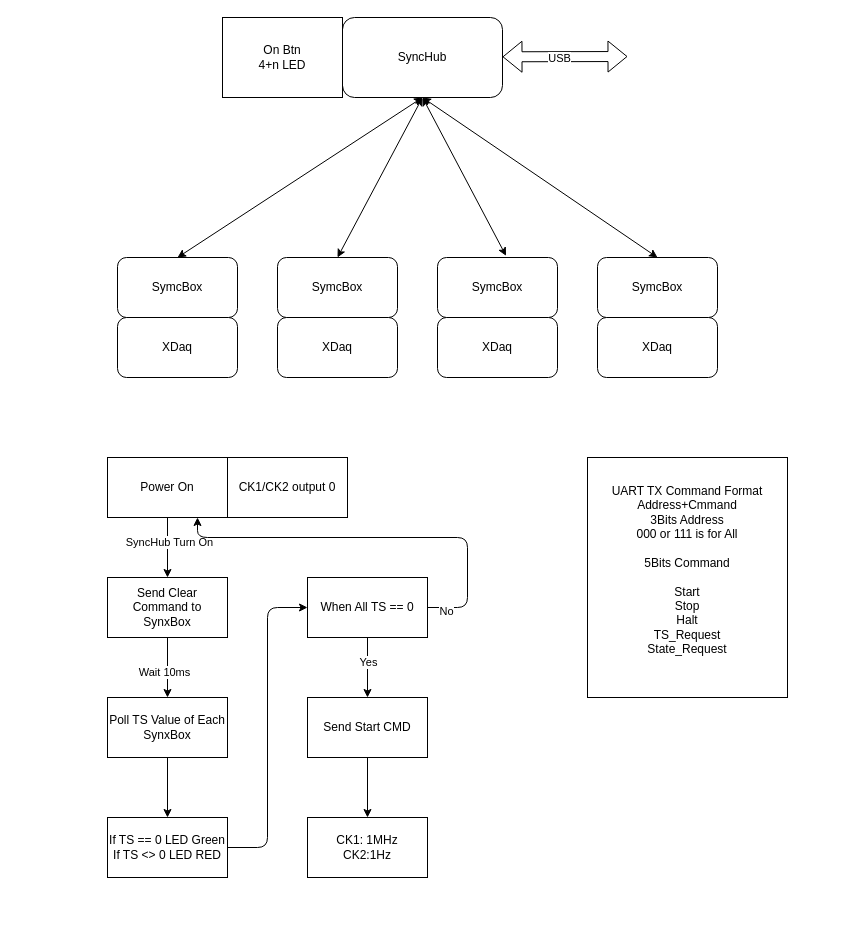
This is docs/subtitles/SyncExpander/bus1.dio from tzechienchu/mynotes, a draw.io file, before an edit. Source tidied: cells renumbered, new cells numbered last; positions are measured from the earlier drawing's top-left corner, leaving out a move shared by most shapes. Both pictures are drawn from the tidied source at 100%, with x=0, y=0 at pixel (107, 17).
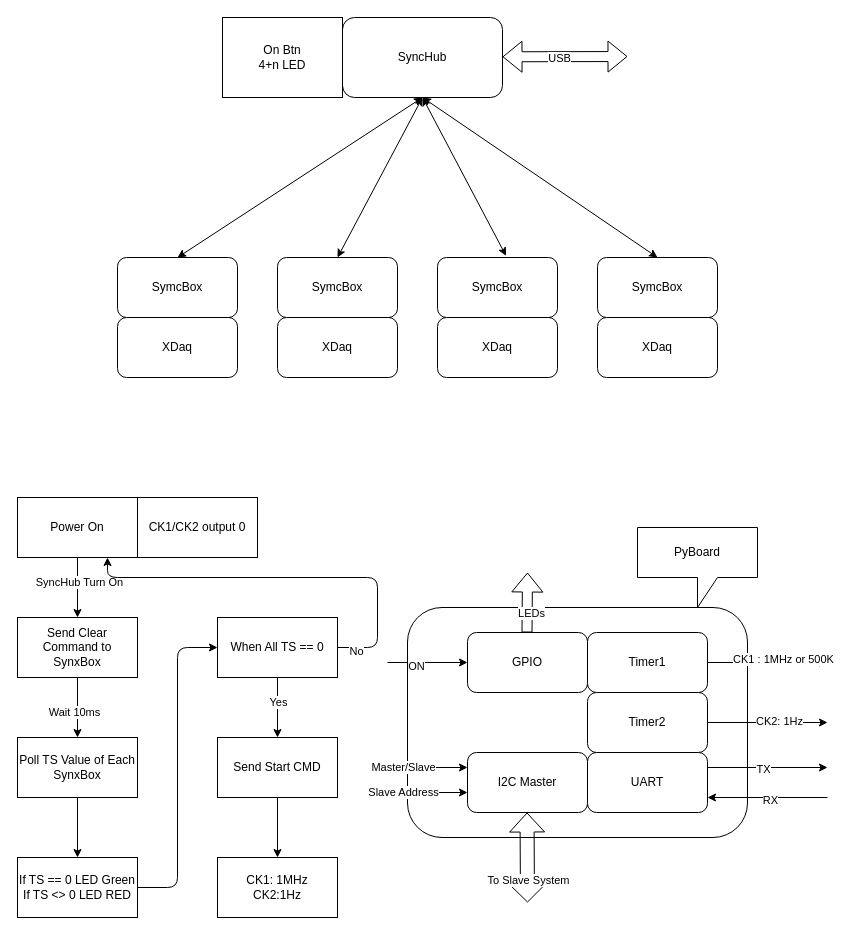
After the change.

Diff of the diagram source:
```diff
@@
     <mxCell id="18" value="Power On" style="rounded=0;whiteSpace=wrap;html=1;" parent="1" vertex="1">
-      <mxGeometry y="440" width="120" height="60" as="geometry" />
+      <mxGeometry x="-90" y="480" width="120" height="60" as="geometry" />
     </mxCell>
@@
     <mxCell id="21" value="Send Clear Command to SynxBox" style="rounded=0;whiteSpace=wrap;html=1;" parent="1" vertex="1">
-      <mxGeometry y="560" width="120" height="60" as="geometry" />
+      <mxGeometry x="-90" y="600" width="120" height="60" as="geometry" />
     </mxCell>
@@
     <mxCell id="23" value="Poll TS Value of Each SynxBox" style="rounded=0;whiteSpace=wrap;html=1;" parent="1" vertex="1">
-      <mxGeometry y="680" width="120" height="60" as="geometry" />
+      <mxGeometry x="-90" y="720" width="120" height="60" as="geometry" />
     </mxCell>
     <mxCell id="24" style="edgeStyle=none;html=1;exitX=1;exitY=0.5;exitDx=0;exitDy=0;entryX=0;entryY=0.5;entryDx=0;entryDy=0;" parent="1" edge="1" source="25" target="30">
       <mxGeometry relative="1" as="geometry">
         <Array as="points">
-          <mxPoint x="160" y="830" />
-          <mxPoint x="160" y="590" />
+          <mxPoint x="70" y="870" />
+          <mxPoint x="70" y="630" />
         </Array>
       </mxGeometry>
     </mxCell>
     <mxCell id="25" value="If TS == 0 LED Green&lt;div&gt;If TS &amp;lt;&amp;gt; 0 LED RED&lt;/div&gt;" style="rounded=0;whiteSpace=wrap;html=1;" parent="1" vertex="1">
-      <mxGeometry y="800" width="120" height="60" as="geometry" />
+      <mxGeometry x="-90" y="840" width="120" height="60" as="geometry" />
     </mxCell>
@@
     <mxCell id="28" style="edgeStyle=none;html=1;exitX=1;exitY=0.5;exitDx=0;exitDy=0;entryX=0.75;entryY=1;entryDx=0;entryDy=0;" parent="1" edge="1" source="30" target="18">
       <mxGeometry relative="1" as="geometry">
         <Array as="points">
-          <mxPoint x="360" y="590" />
-          <mxPoint x="360" y="520" />
-          <mxPoint x="90" y="520" />
+          <mxPoint x="270" y="630" />
+          <mxPoint x="270" y="560" />
+          <mxPoint y="560" />
         </Array>
       </mxGeometry>
     </mxCell>
@@
     <mxCell id="30" value="When All TS == 0" style="rounded=0;whiteSpace=wrap;html=1;" parent="1" vertex="1">
-      <mxGeometry x="200" y="560" width="120" height="60" as="geometry" />
+      <mxGeometry x="110" y="600" width="120" height="60" as="geometry" />
     </mxCell>
@@
     <mxCell id="32" value="Send Start CMD" style="rounded=0;whiteSpace=wrap;html=1;" parent="1" vertex="1">
-      <mxGeometry x="200" y="680" width="120" height="60" as="geometry" />
+      <mxGeometry x="110" y="720" width="120" height="60" as="geometry" />
     </mxCell>
     <mxCell id="33" value="CK1: 1MHz&lt;div&gt;CK2:1Hz&lt;/div&gt;" style="rounded=0;whiteSpace=wrap;html=1;" parent="1" vertex="1">
-      <mxGeometry x="200" y="800" width="120" height="60" as="geometry" />
+      <mxGeometry x="110" y="840" width="120" height="60" as="geometry" />
     </mxCell>
     <mxCell id="34" value="CK1/CK2 output 0" style="rounded=0;whiteSpace=wrap;html=1;" parent="1" vertex="1">
-      <mxGeometry x="120" y="440" width="120" height="60" as="geometry" />
+      <mxGeometry x="30" y="480" width="120" height="60" as="geometry" />
     </mxCell>
-    <mxCell id="35" value="UART TX Command Format&lt;div&gt;Address+Cmmand&lt;/div&gt;&lt;div&gt;3Bits Address&lt;/div&gt;&lt;div&gt;000 or 111 is for All&lt;/div&gt;&lt;div&gt;&lt;br&gt;&lt;/div&gt;&lt;div&gt;5Bits Command&lt;/div&gt;&lt;div&gt;&lt;br&gt;&lt;/div&gt;&lt;div&gt;Start&lt;/div&gt;&lt;div&gt;Stop&lt;/div&gt;&lt;div&gt;Halt&lt;/div&gt;&lt;div&gt;TS_Request&lt;/div&gt;&lt;div&gt;State_Request&lt;/div&gt;&lt;div&gt;&lt;br&gt;&lt;/div&gt;" style="rounded=0;whiteSpace=wrap;html=1;" parent="1" vertex="1">
-      <mxGeometry x="480" y="440" width="200" height="240" as="geometry" />
-    </mxCell>
@@
+    <mxCell id="38" style="rounded=1;whiteSpace=wrap;html=1;" parent="1" vertex="1">
+      <mxGeometry x="300" y="590" width="340" height="230" as="geometry" />
+    </mxCell>
+    <mxCell id="39" style="edgeStyle=none;html=1;exitX=1;exitY=0.5;exitDx=0;exitDy=0;" parent="1" edge="1" source="41">
+      <mxGeometry relative="1" as="geometry">
+        <mxPoint x="720" y="645" as="targetPoint" />
+      </mxGeometry>
+    </mxCell>
+    <mxCell id="40" value="CK1 : 1MHz or 500K" style="edgeLabel;html=1;align=center;verticalAlign=middle;" parent="39" vertex="1">
+      <mxGeometry x="0.25" y="4" relative="1" as="geometry" />
+    </mxCell>
+    <mxCell id="41" value="Timer1" style="rounded=1;whiteSpace=wrap;html=1;" parent="1" vertex="1">
+      <mxGeometry x="480" y="615" width="120" height="60" as="geometry" />
+    </mxCell>
+    <mxCell id="42" style="edgeStyle=none;html=1;exitX=1;exitY=0.5;exitDx=0;exitDy=0;" parent="1" edge="1" source="44">
+      <mxGeometry relative="1" as="geometry">
+        <mxPoint x="720" y="705" as="targetPoint" />
+      </mxGeometry>
+    </mxCell>
+    <mxCell id="43" value="CK2: 1Hz" style="edgeLabel;html=1;align=center;verticalAlign=middle;" parent="42" vertex="1">
+      <mxGeometry x="0.18" y="2" relative="1" as="geometry" />
+    </mxCell>
+    <mxCell id="44" value="Timer2" style="rounded=1;whiteSpace=wrap;html=1;" parent="1" vertex="1">
+      <mxGeometry x="480" y="675" width="120" height="60" as="geometry" />
+    </mxCell>
+    <mxCell id="45" style="edgeStyle=none;html=1;exitX=1;exitY=0.25;exitDx=0;exitDy=0;" parent="1" edge="1" source="49">
+      <mxGeometry relative="1" as="geometry">
+        <mxPoint x="720" y="750" as="targetPoint" />
+      </mxGeometry>
+    </mxCell>
+    <mxCell id="46" value="TX" style="edgeLabel;html=1;align=center;verticalAlign=middle;" parent="45" vertex="1">
+      <mxGeometry x="-0.08" y="-1" relative="1" as="geometry" />
+    </mxCell>
+    <mxCell id="47" style="edgeStyle=none;html=1;exitX=1;exitY=0.75;exitDx=0;exitDy=0;startArrow=classic;startFill=1;endArrow=none;endFill=0;" parent="1" edge="1" source="49">
+      <mxGeometry relative="1" as="geometry">
+        <mxPoint x="720" y="780" as="targetPoint" />
+      </mxGeometry>
+    </mxCell>
+    <mxCell id="48" value="RX" style="edgeLabel;html=1;align=center;verticalAlign=middle;" parent="47" vertex="1">
+      <mxGeometry x="0.03" y="-2" relative="1" as="geometry" />
+    </mxCell>
+    <mxCell id="49" value="UART" style="rounded=1;whiteSpace=wrap;html=1;" parent="1" vertex="1">
+      <mxGeometry x="480" y="735" width="120" height="60" as="geometry" />
+    </mxCell>
+    <mxCell id="50" style="edgeStyle=none;html=1;exitX=0;exitY=0.25;exitDx=0;exitDy=0;startArrow=classic;startFill=1;endArrow=none;endFill=0;" parent="1" edge="1" source="52">
+      <mxGeometry relative="1" as="geometry">
+        <mxPoint x="280" y="750" as="targetPoint" />
+      </mxGeometry>
+    </mxCell>
+    <mxCell id="51" value="Master/Slave" style="edgeLabel;html=1;align=center;verticalAlign=middle;" parent="50" vertex="1">
+      <mxGeometry x="0.62" y="-1" relative="1" as="geometry" />
+    </mxCell>
+    <mxCell id="52" value="I2C Master" style="rounded=1;whiteSpace=wrap;html=1;" parent="1" vertex="1">
+      <mxGeometry x="360" y="735" width="120" height="60" as="geometry" />
+    </mxCell>
+    <mxCell id="53" style="shape=flexArrow;endArrow=classic;html=1;width=14;endSize=5.41;startArrow=block;" parent="1" edge="1">
+      <mxGeometry relative="1" as="geometry">
+        <mxPoint x="419.5" y="795" as="sourcePoint" />
+        <mxPoint x="420" y="885" as="targetPoint" />
+      </mxGeometry>
+    </mxCell>
+    <mxCell id="54" value="To Slave System" style="edgeLabel;html=1;align=center;verticalAlign=middle;" parent="53" vertex="1">
+      <mxGeometry x="0.51" y="1" relative="1" as="geometry" />
+    </mxCell>
+    <mxCell id="55" style="edgeStyle=none;html=1;exitX=0;exitY=0.5;exitDx=0;exitDy=0;startArrow=classic;startFill=1;endArrow=none;endFill=0;" parent="1" edge="1" source="57">
+      <mxGeometry relative="1" as="geometry">
+        <mxPoint x="280" y="645" as="targetPoint" />
+      </mxGeometry>
+    </mxCell>
+    <mxCell id="56" value="ON" style="edgeLabel;html=1;align=center;verticalAlign=middle;" parent="55" vertex="1">
+      <mxGeometry x="0.3" y="3" relative="1" as="geometry" />
+    </mxCell>
+    <mxCell id="57" value="GPIO" style="rounded=1;whiteSpace=wrap;html=1;" parent="1" vertex="1">
+      <mxGeometry x="360" y="615" width="120" height="60" as="geometry" />
+    </mxCell>
+    <mxCell id="58" style="shape=flexArrow;endArrow=classic;html=1;" parent="1" edge="1">
+      <mxGeometry relative="1" as="geometry">
+        <mxPoint x="419.5" y="615" as="sourcePoint" />
+        <mxPoint x="420" y="555" as="targetPoint" />
+      </mxGeometry>
+    </mxCell>
+    <mxCell id="59" value="LEDs" style="edgeLabel;html=1;align=center;verticalAlign=middle;" parent="58" vertex="1">
+      <mxGeometry x="-0.33" y="-4" relative="1" as="geometry" />
+    </mxCell>
+    <mxCell id="60" style="edgeStyle=none;html=1;exitX=0;exitY=0.25;exitDx=0;exitDy=0;startArrow=classic;startFill=1;endArrow=none;endFill=0;" parent="1" edge="1">
+      <mxGeometry relative="1" as="geometry">
+        <mxPoint x="360" y="775" as="sourcePoint" />
+        <mxPoint x="280" y="775" as="targetPoint" />
+      </mxGeometry>
+    </mxCell>
+    <mxCell id="61" value="Slave Address" style="edgeLabel;html=1;align=center;verticalAlign=middle;" parent="60" vertex="1">
+      <mxGeometry x="0.62" y="-1" relative="1" as="geometry" />
+    </mxCell>
+    <mxCell id="62" value="PyBoard" style="shape=callout;whiteSpace=wrap;html=1;perimeter=calloutPerimeter;" parent="1" vertex="1">
+      <mxGeometry x="530" y="510" width="120" height="80" as="geometry" />
+    </mxCell>
```
